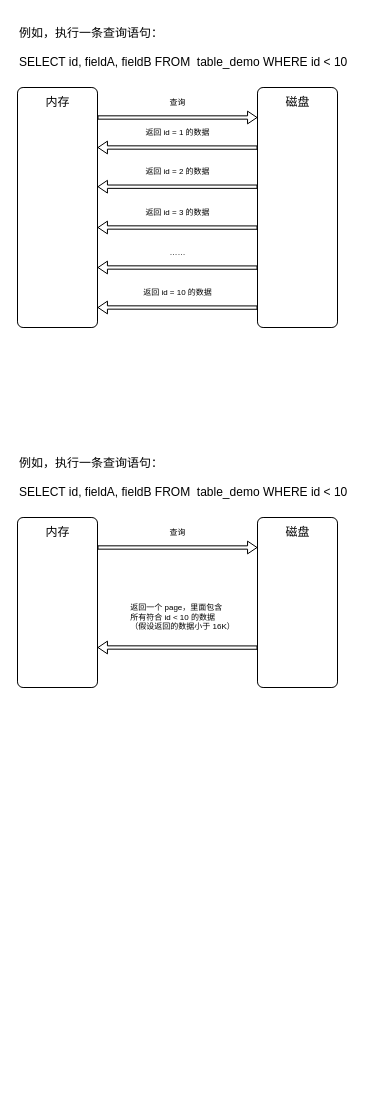
The draw.io diagram MySQL 的 Page 结构/MySQL 的 Page 结构.drawio in zero-97/picture-of-the-article, before the edit. Source tidied: cells renumbered, new cells numbered last; positions are measured from the earlier drawing's top-left corner, leaving out a move shared by most shapes. Both pictures are drawn from the tidied source at 100%, with x=0, y=0 at pixel (17, 17).
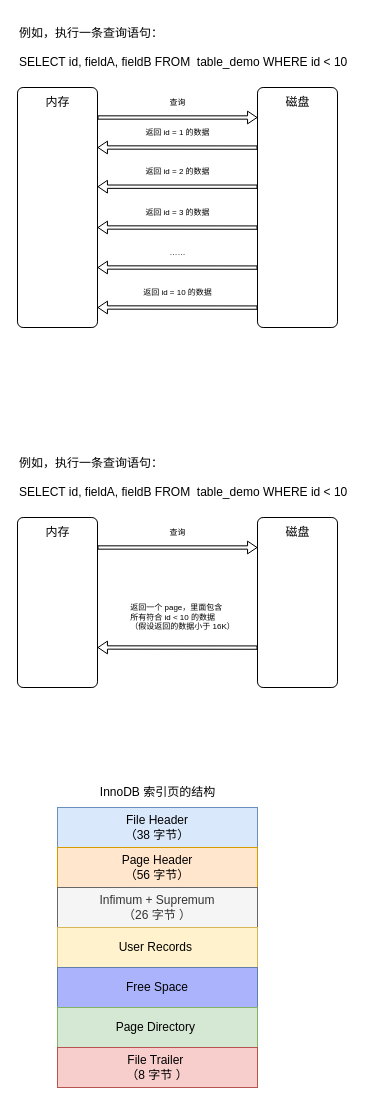
After the change.

Change to the diagram source:
```diff
@@
+    <mxCell id="28" value="InnoDB 索引页的结构" style="text;html=1;align=center;verticalAlign=middle;strokeColor=none;fillColor=none;" parent="1" vertex="1">
+      <mxGeometry x="70" y="760" width="140" height="30" as="geometry" />
+    </mxCell>
+    <mxCell id="29" value="File Header&lt;br&gt;（38 字节）" style="rounded=0;whiteSpace=wrap;html=1;fillColor=#dae8fc;strokeColor=#6c8ebf;" parent="1" vertex="1">
+      <mxGeometry x="40" y="790" width="200" height="40" as="geometry" />
+    </mxCell>
+    <mxCell id="30" value="Page Header&lt;br&gt;（56 字节）" style="rounded=0;whiteSpace=wrap;html=1;fillColor=#ffe6cc;strokeColor=#d79b00;" parent="1" vertex="1">
+      <mxGeometry x="40" y="830" width="200" height="40" as="geometry" />
+    </mxCell>
+    <mxCell id="31" value="Infimum + Supremum&lt;br&gt;（26 字节 ）" style="rounded=0;whiteSpace=wrap;html=1;fillColor=#f5f5f5;fontColor=#333333;strokeColor=#666666;" parent="1" vertex="1">
+      <mxGeometry x="40" y="870" width="200" height="40" as="geometry" />
+    </mxCell>
+    <mxCell id="32" value="User Records&amp;nbsp;" style="rounded=0;whiteSpace=wrap;html=1;fillColor=#fff2cc;strokeColor=#d6b656;" parent="1" vertex="1">
+      <mxGeometry x="40" y="910" width="200" height="40" as="geometry" />
+    </mxCell>
+    <mxCell id="33" value="Free Space" style="rounded=0;whiteSpace=wrap;html=1;fillColor=#ABB3FC;strokeColor=#617FAB;" parent="1" vertex="1">
+      <mxGeometry x="40" y="950" width="200" height="40" as="geometry" />
+    </mxCell>
+    <mxCell id="34" value="Page Directory&amp;nbsp;" style="rounded=0;whiteSpace=wrap;html=1;fillColor=#d5e8d4;strokeColor=#82b366;" parent="1" vertex="1">
+      <mxGeometry x="40" y="990" width="200" height="40" as="geometry" />
+    </mxCell>
+    <mxCell id="35" value="File Trailer&amp;nbsp;&lt;br&gt;（8 字节 ）" style="rounded=0;whiteSpace=wrap;html=1;fillColor=#f8cecc;strokeColor=#b85450;" parent="1" vertex="1">
+      <mxGeometry x="40" y="1030" width="200" height="40" as="geometry" />
+    </mxCell>
```
